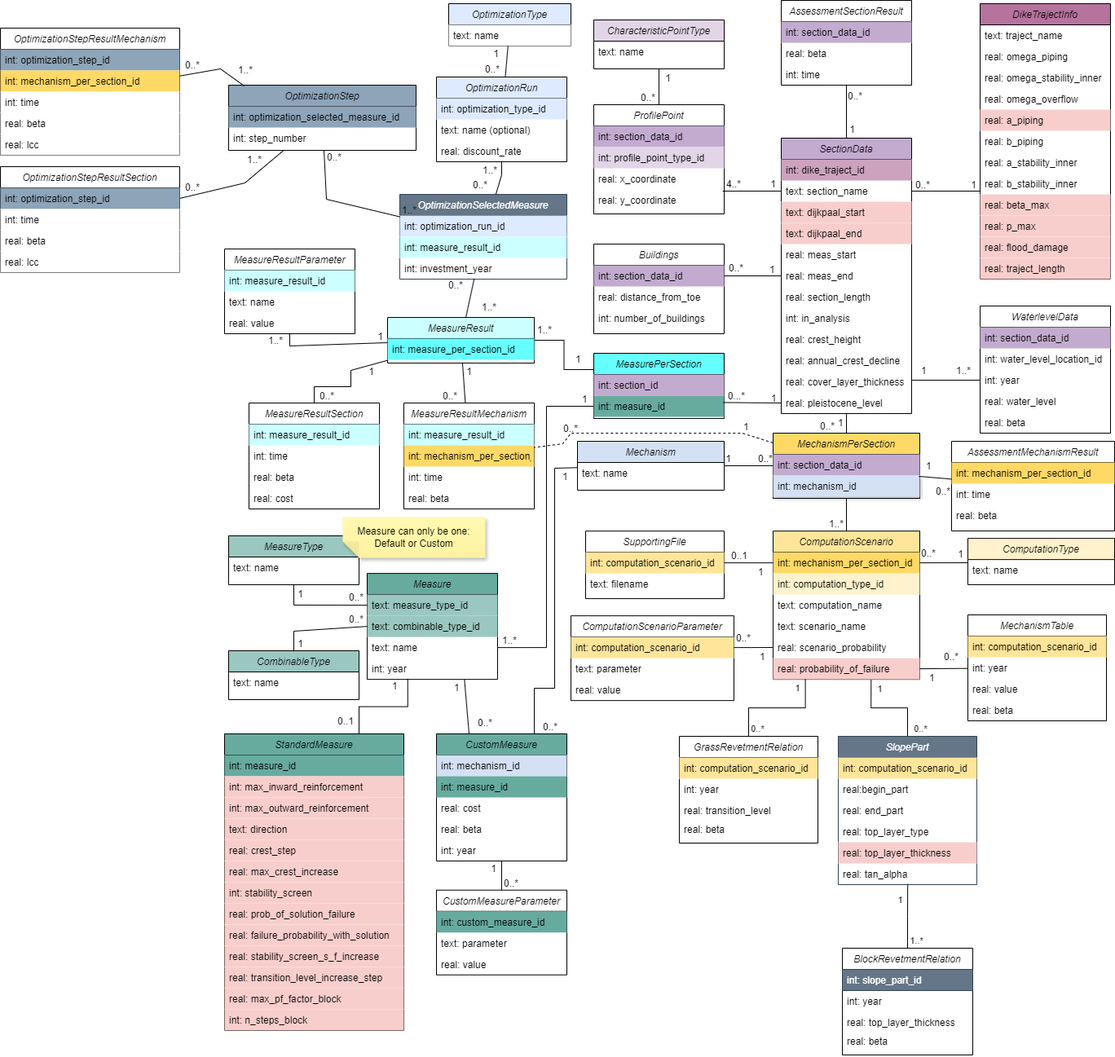
This is docs/db_diagram/vrtool_sql_input.drawio.png from Deltares/Veiligheidsrendement, a draw.io export, as it was before one commit. Source tidied: cells renumbered, new cells last; positions are measured from the earlier drawing's top-left corner, leaving out a move shared by most shapes.
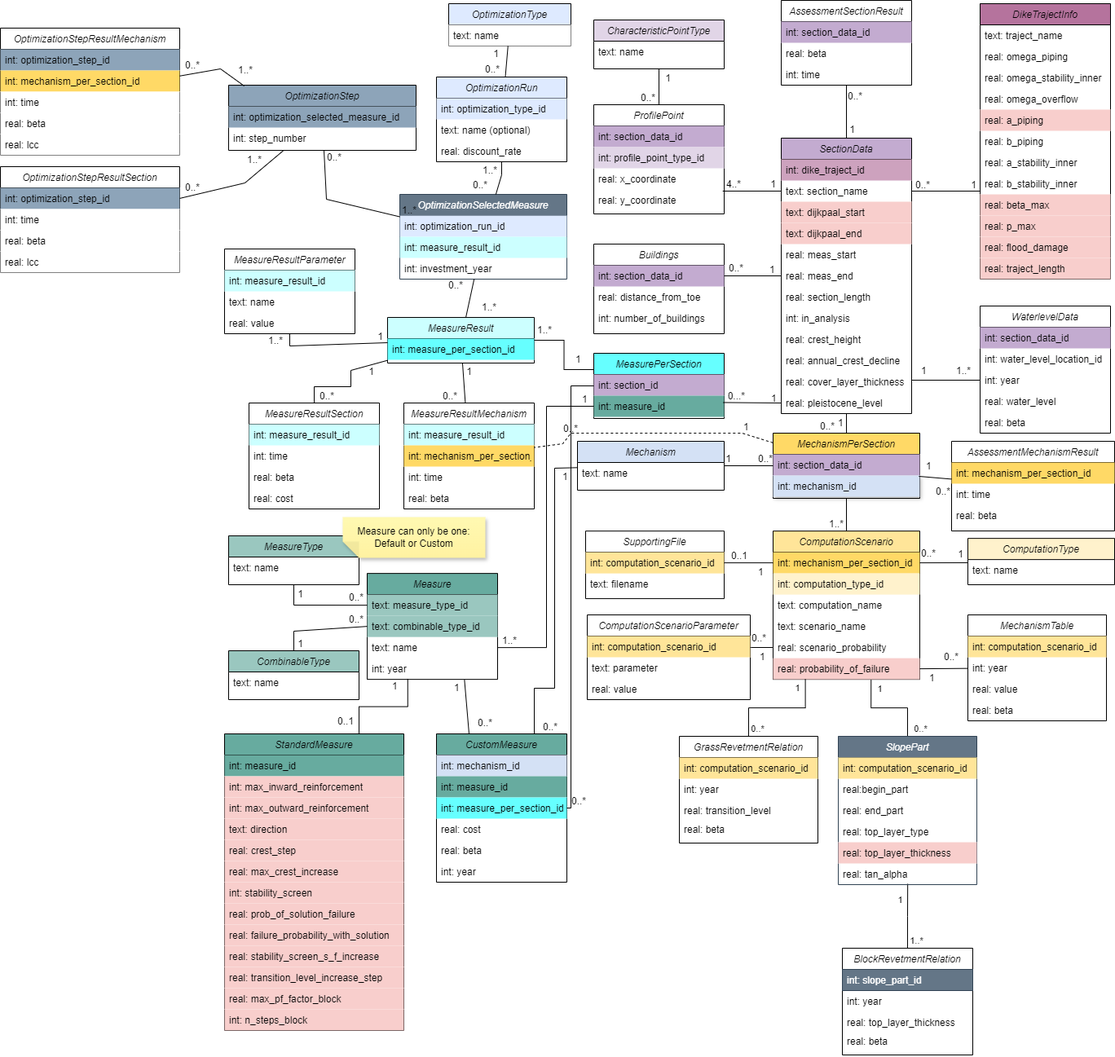
Later version of the same file.

The edit, as a diff of the source:
```diff
@@ -135,7 +135,7 @@
       <mxGeometry y="130" width="160" height="26" as="geometry" />
     </mxCell>
     <mxCell id="46" value="ComputationScenarioParameter" style="swimlane;fontStyle=2;align=center;verticalAlign=top;horizontal=1;startSize=26;rounded=0;shadow=0;strokeWidth=1;fillColor=none;" parent="1" vertex="1">
-      <mxGeometry x="700" y="755.1" width="200" height="104" as="geometry" />
+      <mxGeometry x="720" y="754" width="200" height="104" as="geometry" />
     </mxCell>
     <mxCell id="47" value="int: computation_scenario_id" style="text;align=left;verticalAlign=top;spacingLeft=4;spacingRight=4;overflow=hidden;points=[[0,0.5],[1,0.5]];portConstraint=eastwest;rounded=0;shadow=0;html=0;fillColor=#FFE599;" parent="46" vertex="1">
       <mxGeometry y="26" width="200" height="26" as="geometry" />
@@ -366,7 +366,7 @@
       <mxGeometry y="338" width="220" height="26" as="geometry" />
     </mxCell>
     <mxCell id="108" value="CustomMeasure" style="swimlane;fontStyle=2;align=center;verticalAlign=top;horizontal=1;startSize=26;rounded=0;shadow=0;strokeWidth=1;fillColor=#67AB9F;" parent="1" vertex="1">
-      <mxGeometry x="535" y="900" width="160" height="156" as="geometry" />
+      <mxGeometry x="535" y="900" width="160" height="182" as="geometry" />
     </mxCell>
     <mxCell id="109" value="int: mechanism_id" style="text;align=left;verticalAlign=top;spacingLeft=4;spacingRight=4;overflow=hidden;fillColor=#D4E1F5;" parent="108" vertex="1">
       <mxGeometry y="26" width="160" height="26" as="geometry" />
@@ -374,14 +374,17 @@
     <mxCell id="110" value="int: measure_id" style="text;align=left;verticalAlign=top;spacingLeft=4;spacingRight=4;overflow=hidden;rounded=0;shadow=0;html=0;fillColor=#67AB9F;" parent="108" vertex="1">
       <mxGeometry y="52" width="160" height="26" as="geometry" />
     </mxCell>
+    <mxCell id="281" value="int: measure_per_section_id" style="text;align=left;verticalAlign=top;spacingLeft=4;spacingRight=4;overflow=hidden;points=[[0,0.5],[1,0.5]];portConstraint=eastwest;rounded=0;shadow=0;html=0;fillColor=#66FFFF;" parent="108" vertex="1">
+      <mxGeometry y="78" width="160" height="26" as="geometry" />
+    </mxCell>
     <mxCell id="111" value="real: cost" style="text;align=left;verticalAlign=top;spacingLeft=4;spacingRight=4;overflow=hidden;" parent="108" vertex="1">
-      <mxGeometry y="78" width="160" height="26" as="geometry" />
+      <mxGeometry y="104" width="160" height="26" as="geometry" />
     </mxCell>
     <mxCell id="112" value="real: beta" style="text;align=left;verticalAlign=top;spacingLeft=4;spacingRight=4;overflow=hidden;" parent="108" vertex="1">
-      <mxGeometry y="104" width="160" height="26" as="geometry" />
+      <mxGeometry y="130" width="160" height="26" as="geometry" />
     </mxCell>
     <mxCell id="113" value="int: year" style="text;align=left;verticalAlign=top;spacingLeft=4;spacingRight=4;overflow=hidden;" parent="108" vertex="1">
-      <mxGeometry y="130" width="160" height="26" as="geometry" />
+      <mxGeometry y="156" width="160" height="26" as="geometry" />
     </mxCell>
     <mxCell id="114" value="MeasureType" style="swimlane;fontStyle=2;align=center;verticalAlign=top;horizontal=1;startSize=26;rounded=0;shadow=0;strokeWidth=1;fillColor=#9AC7BF;" parent="1" vertex="1">
       <mxGeometry x="280" y="657" width="160" height="60" as="geometry" />
@@ -389,31 +392,6 @@
     <mxCell id="115" value="text: name" style="text;align=left;verticalAlign=top;spacingLeft=4;spacingRight=4;overflow=hidden;" parent="114" vertex="1">
       <mxGeometry y="26" width="160" height="26" as="geometry" />
     </mxCell>
-    <mxCell id="116" value="CustomMeasureParameter" style="swimlane;fontStyle=2;align=center;verticalAlign=top;horizontal=1;startSize=26;rounded=0;shadow=0;strokeWidth=1;fillColor=none;" parent="1" vertex="1">
-      <mxGeometry x="535" y="1091.8" width="160" height="104" as="geometry" />
-    </mxCell>
-    <mxCell id="117" value="int: custom_measure_id" style="text;align=left;verticalAlign=top;spacingLeft=4;spacingRight=4;overflow=hidden;rounded=0;shadow=0;html=0;fillColor=#67AB9F;" parent="116" vertex="1">
-      <mxGeometry y="26" width="160" height="26" as="geometry" />
-    </mxCell>
-    <mxCell id="118" value="text: parameter" style="text;align=left;verticalAlign=top;spacingLeft=4;spacingRight=4;overflow=hidden;rounded=0;shadow=0;html=0;" parent="116" vertex="1">
-      <mxGeometry y="52" width="160" height="26" as="geometry" />
-    </mxCell>
-    <mxCell id="119" value="real: value" style="text;align=left;verticalAlign=top;spacingLeft=4;spacingRight=4;overflow=hidden;rounded=0;shadow=0;html=0;" parent="116" vertex="1">
-      <mxGeometry y="78" width="160" height="26" as="geometry" />
-    </mxCell>
-    <mxCell id="120" style="endArrow=none;html=1;rounded=0;" parent="1" edge="1" source="116" target="108">
-      <mxGeometry relative="1" as="geometry" />
-    </mxCell>
-    <mxCell id="121" value="0..*" style="html=1;whiteSpace=wrap;align=left;verticalAlign=bottom;" parent="120" vertex="1">
-      <mxGeometry x="-1" relative="1" as="geometry">
-        <mxPoint x="1" as="offset" />
-      </mxGeometry>
-    </mxCell>
-    <mxCell id="122" value="1" style="html=1;whiteSpace=wrap;align=right;verticalAlign=bottom;" parent="120" vertex="1">
-      <mxGeometry x="1" relative="1" as="geometry">
-        <mxPoint x="-5" y="18" as="offset" />
-      </mxGeometry>
-    </mxCell>
     <mxCell id="123" style="endArrow=none;html=1;rounded=0;entryX=0.75;entryY=0;entryDx=0;entryDy=0;" parent="1" edge="1" source="73" target="108">
       <mxGeometry relative="1" as="geometry">
         <Array as="points">
@@ -689,7 +667,7 @@
       </mxGeometry>
     </mxCell>
     <mxCell id="193" value="0..*" style="html=1;whiteSpace=wrap;align=right;verticalAlign=bottom;" parent="1" vertex="1">
-      <mxGeometry x="921" y="798" as="geometry">
+      <mxGeometry x="940" y="798" as="geometry">
         <mxPoint x="1" y="-7" as="offset" />
       </mxGeometry>
     </mxCell>
@@ -1036,5 +1014,16 @@
         <mxPoint x="26" y="-5" as="offset" />
       </mxGeometry>
     </mxCell>
+    <mxCell id="282" style="rounded=0;jettySize=auto;html=1;exitX=1;exitY=0.5;exitDx=0;exitDy=0;edgeStyle=orthogonalEdgeStyle;endArrow=none;endFill=0;" parent="1" edge="1" source="281" target="37">
+      <mxGeometry relative="1" as="geometry">
+        <Array as="points">
+          <mxPoint x="700" y="991" />
+          <mxPoint x="700" y="473" />
+        </Array>
+      </mxGeometry>
+    </mxCell>
+    <mxCell id="121" value="0..*" style="html=1;whiteSpace=wrap;align=right;verticalAlign=bottom;" parent="1" vertex="1">
+      <mxGeometry x="720" y="991" as="geometry" />
+    </mxCell>
   </root>
 </mxGraphModel>
```
